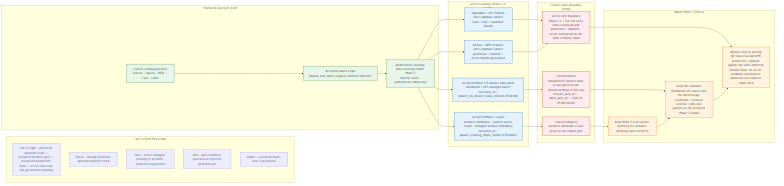
The Mermaid diagram docs/design/platform/dev_full/graph/readiness/dev_full_learning_mlops_readiness_delta_current_v0.mermaid.png in EsosaOrumwese/fraud-detection-system, before a commit. Its source is kept beside it as docs/design/platform/dev_full/graph/readiness/dev_full_learning_mlops_readiness_delta_current_v0.mermaid.mmd.
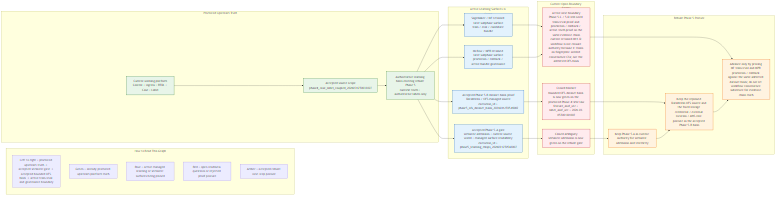
After the commit.

Commit message:
Record Phase5C train eval basis blocker

Change to the diagram source:
```diff
@@ -29,7 +29,7 @@
   subgraph BLOCKERS["Current Open Boundary Family"]
     B1["Closed ambiguity<br>semantic admission is now green on the rebuilt gate"]
     B2["Closed blocker<br>bounded OFS dataset basis is now green on the promoted Phase 4 time law<br>feature_asof_utc = label_asof_utc = 2026-03-05T00:00:00Z"]
-    B3["Active next boundary<br>Phase 5.C / 5.D still need train/eval proof and promotion / rollback / active-truth proof on the same evidence chain"]
+    B3["Active next boundary<br>Phase 5.C / 5.D still need train/eval proof and promotion / rollback / active-truth proof on the same evidence chain<br>current retained M11.D workflow is not closure authority because it trains on fingerprint-seeded convenience CSV, not the admitted OFS basis"]
   end
 
   subgraph POSTURE["Rebuilt Phase 5 Posture"]
```
